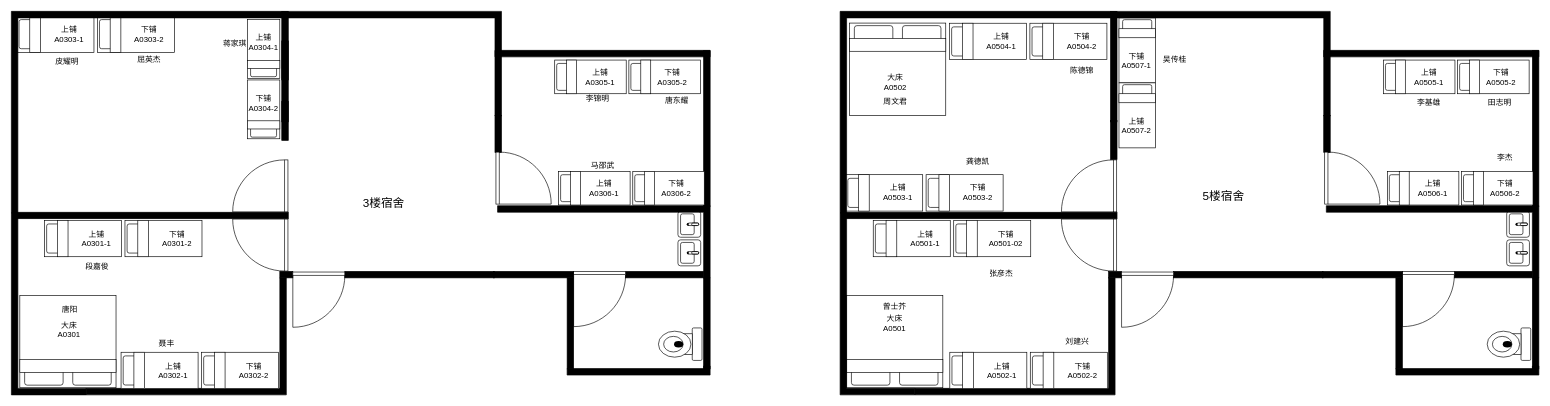
This is data/宿舍.drawio from chenyanxi/hosts, a draw.io file, before an edit. Source tidied: cells renumbered, new cells numbered last; positions are measured from the earlier drawing's top-left corner, leaving out a move shared by most shapes. Both pictures are drawn from the tidied source at 65%, with x=0, y=0 at pixel (11, -5).
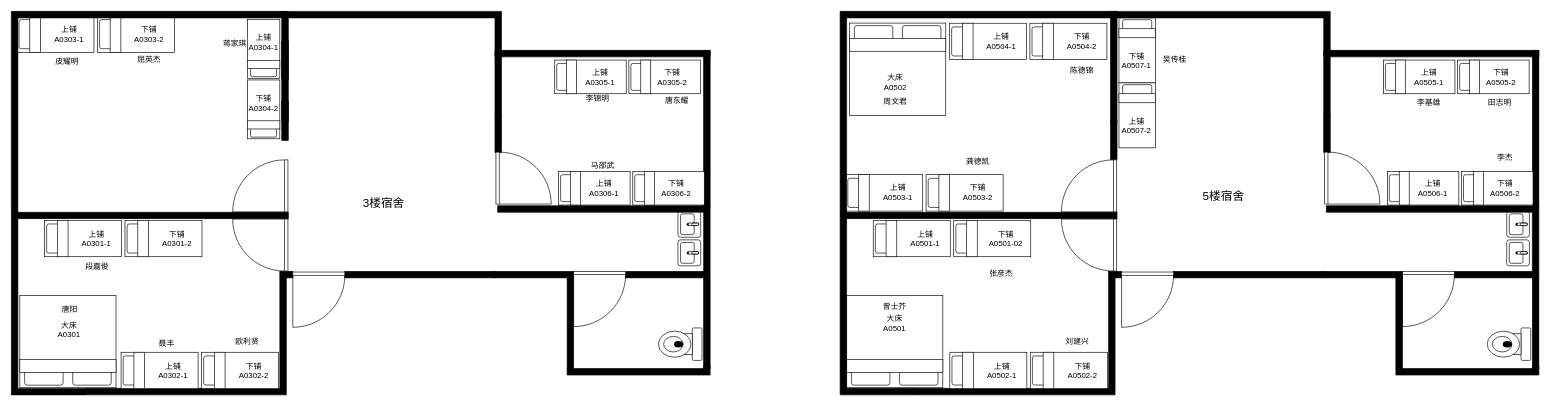
After the change.

Change to the diagram source:
```diff
@@
+    <mxCell id="134" value="欧利贤" style="text;whiteSpace=wrap;" parent="1" vertex="1">
+      <mxGeometry x="342.5" y="519" width="60" height="40" as="geometry" />
+    </mxCell>
```
